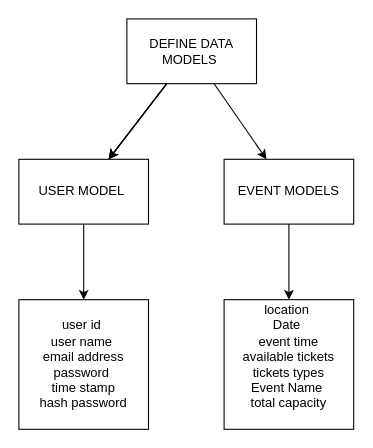
Above: flow.drawio in OlayiwolaSherrifSalawu/theTicketing (draw.io), before the change. Source tidied: cells renumbered, new cells numbered last; positions are measured from the earlier drawing's top-left corner, leaving out a move shared by most shapes. Both pictures are drawn from the tidied source at 108%, with x=0, y=0 at pixel (18, 18).
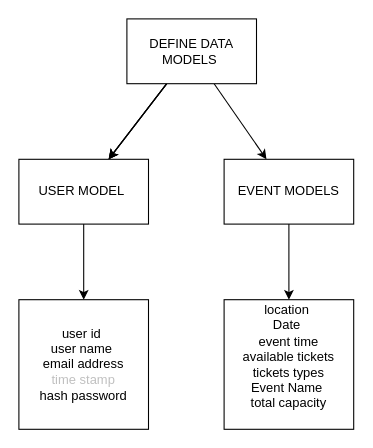
Above is the later version.

What changed in the source:
```diff
@@
 <mxGraphModel>
   <root>
     <mxCell id="0" />
     <mxCell id="1" parent="0" />
     <mxCell id="2" style="edgeStyle=none;html=1;" parent="1" edge="1" source="6" target="8">
       <mxGeometry relative="1" as="geometry" />
     </mxCell>
     <mxCell id="3" style="edgeStyle=none;html=1;" parent="1" edge="1" source="6" target="8">
       <mxGeometry relative="1" as="geometry" />
     </mxCell>
     <mxCell id="4" style="edgeStyle=none;html=1;" parent="1" edge="1" source="6" target="8">
       <mxGeometry relative="1" as="geometry" />
     </mxCell>
     <mxCell id="5" style="edgeStyle=none;html=1;" parent="1" edge="1" source="6" target="10">
       <mxGeometry relative="1" as="geometry" />
     </mxCell>
     <mxCell id="6" value="DEFINE DATA MODELS&amp;nbsp;" style="rounded=0;whiteSpace=wrap;html=1;" parent="1" vertex="1">
       <mxGeometry x="100" width="120" height="60" as="geometry" />
     </mxCell>
     <mxCell id="7" style="edgeStyle=none;html=1;" parent="1" edge="1" source="8" target="11">
       <mxGeometry relative="1" as="geometry" />
     </mxCell>
     <mxCell id="8" value="USER MODEL&amp;nbsp;" style="whiteSpace=wrap;html=1;rounded=0;" parent="1" vertex="1">
       <mxGeometry y="130" width="120" height="60" as="geometry" />
     </mxCell>
     <mxCell id="9" style="edgeStyle=none;html=1;" parent="1" edge="1" source="10" target="12">
       <mxGeometry relative="1" as="geometry" />
     </mxCell>
     <mxCell id="10" value="EVENT MODELS" style="whiteSpace=wrap;html=1;rounded=0;" parent="1" vertex="1">
       <mxGeometry x="190" y="130" width="120" height="60" as="geometry" />
     </mxCell>
-    <mxCell id="11" value="user id&amp;nbsp;&lt;div&gt;user name&amp;nbsp;&lt;/div&gt;&lt;div&gt;email address&lt;/div&gt;&lt;div&gt;password&amp;nbsp;&lt;/div&gt;&lt;div&gt;time stamp&lt;/div&gt;&lt;div&gt;hash password&lt;/div&gt;" style="whiteSpace=wrap;html=1;rounded=0;" parent="1" vertex="1">
+    <mxCell id="11" value="user id&amp;nbsp;&lt;div&gt;user name&amp;nbsp;&lt;/div&gt;&lt;div&gt;email address&lt;/div&gt;&lt;div&gt;&lt;span style=&quot;color: rgb(192, 192, 192); background-color: transparent;&quot;&gt;time stamp&lt;/span&gt;&lt;/div&gt;&lt;div&gt;hash password&lt;/div&gt;" style="whiteSpace=wrap;html=1;rounded=0;" parent="1" vertex="1">
       <mxGeometry y="260" width="120" height="120" as="geometry" />
     </mxCell>
     <mxCell id="12" value="location&amp;nbsp;&lt;div&gt;Date&amp;nbsp;&lt;/div&gt;&lt;div&gt;event time&lt;/div&gt;&lt;div&gt;available tickets&lt;/div&gt;&lt;div&gt;tickets types&lt;/div&gt;&lt;div&gt;Event Name&amp;nbsp;&lt;/div&gt;&lt;div&gt;total capacity&lt;/div&gt;&lt;div&gt;&lt;br&gt;&lt;/div&gt;" style="whiteSpace=wrap;html=1;rounded=0;" parent="1" vertex="1">
       <mxGeometry x="190" y="260" width="120" height="120" as="geometry" />
     </mxCell>
   </root>
 </mxGraphModel>
```
